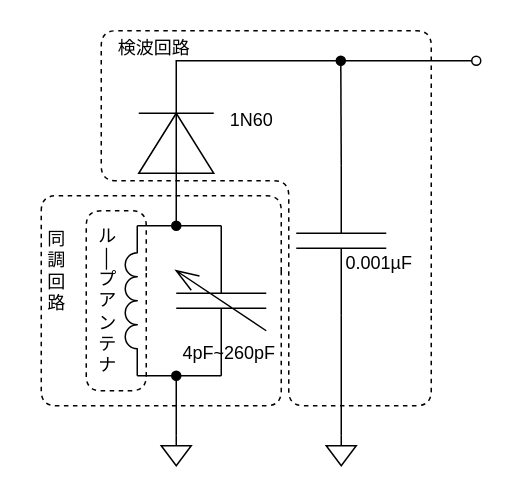
This is page "radio" (1 of 7) of python/fig.drawio from m20079/AM-radio, a draw.io file, before an edit. Source tidied: cells renumbered, new cells numbered last; positions are measured from the earlier drawing's top-left corner, leaving out a move shared by most shapes. Both pictures are drawn from the tidied source at 150%, with x=0, y=0 at pixel (26, 26).
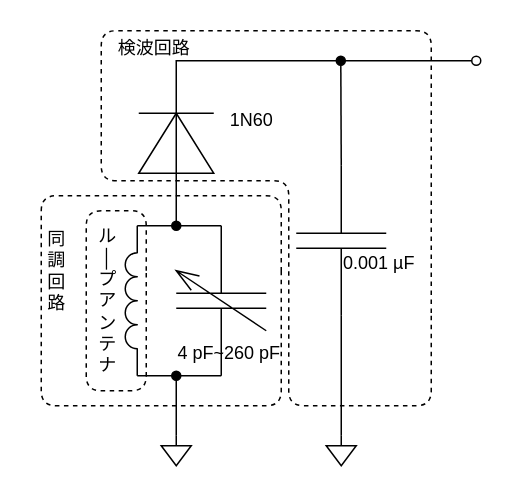
After the change.

Diff of the diagram source:
```diff
@@
-    <mxCell id="12" value="0.001µF" style="text;html=1;align=center;verticalAlign=middle;strokeColor=none;fillColor=none;" parent="1" vertex="1">
+    <mxCell id="12" value="0.001 µF" style="text;html=1;align=center;verticalAlign=middle;strokeColor=none;fillColor=none;" parent="1" vertex="1">
       <mxGeometry x="200" y="143" width="70" height="30" as="geometry" />
     </mxCell>
-    <mxCell id="13" value="4pF~260pF" style="text;html=1;align=center;verticalAlign=middle;strokeColor=none;fillColor=none;" parent="1" vertex="1">
+    <mxCell id="13" value="4 pF~260 pF" style="text;html=1;align=center;verticalAlign=middle;strokeColor=none;fillColor=none;" parent="1" vertex="1">
       <mxGeometry x="90" y="203" width="90" height="30" as="geometry" />
     </mxCell>
```
